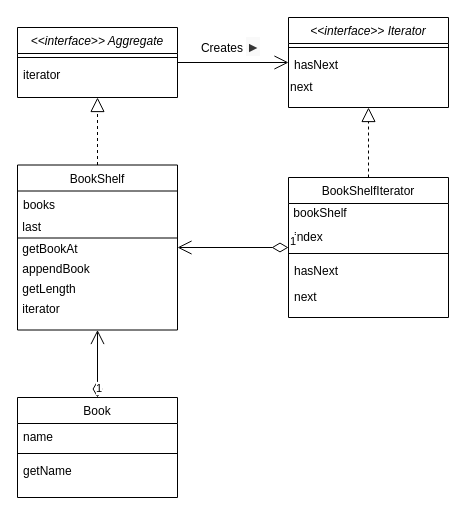
The draw.io diagram src/Iterator/BookShelfIterator.drawio in ghojeong/GoF, before the edit. Source tidied: cells renumbered, new cells numbered last; positions are measured from the earlier drawing's top-left corner, leaving out a move shared by most shapes. Both pictures are drawn from the tidied source at 100%, with x=0, y=0 at pixel (17, 17).
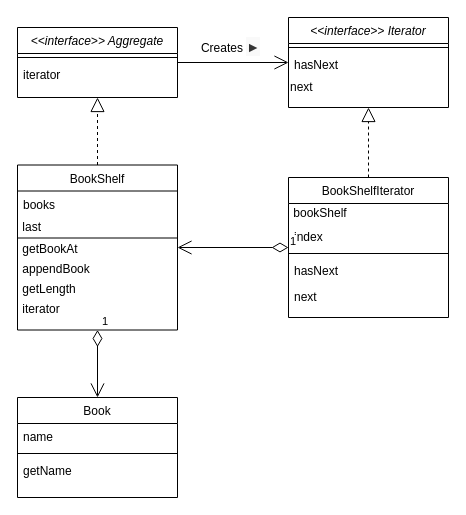
The same diagram, later.

The change refers to these unchanged cells:
```xml
<mxCell id="9" value="BookShelf" style="swimlane;fontStyle=0;align=center;verticalAlign=top;horizontal=1;startSize=26;rounded=0;shadow=0;strokeWidth=1;" parent="1" vertex="1">
  <mxGeometry y="147.5" width="160" height="165" as="geometry" />
</mxCell>
<mxCell id="17" value="Book" style="swimlane;fontStyle=0;align=center;verticalAlign=top;horizontal=1;startSize=26;rounded=0;shadow=0;strokeWidth=1;" parent="1" vertex="1">
  <mxGeometry y="380" width="160" height="100" as="geometry" />
</mxCell>
```

What changed in the source:
```diff
@@
-    <mxCell id="32" value="1" style="endArrow=open;html=1;endSize=12;startArrow=diamondThin;startSize=14;startFill=0;edgeStyle=orthogonalEdgeStyle;align=left;verticalAlign=bottom;" parent="1" edge="1" source="17" target="9">
+    <mxCell id="32" value="1" style="endArrow=open;html=1;endSize=12;startArrow=diamondThin;startSize=14;startFill=0;edgeStyle=orthogonalEdgeStyle;align=left;verticalAlign=bottom;" parent="1" edge="1" source="9" target="17">
       <mxGeometry x="-1" y="3" relative="1" as="geometry" />
     </mxCell>
```
